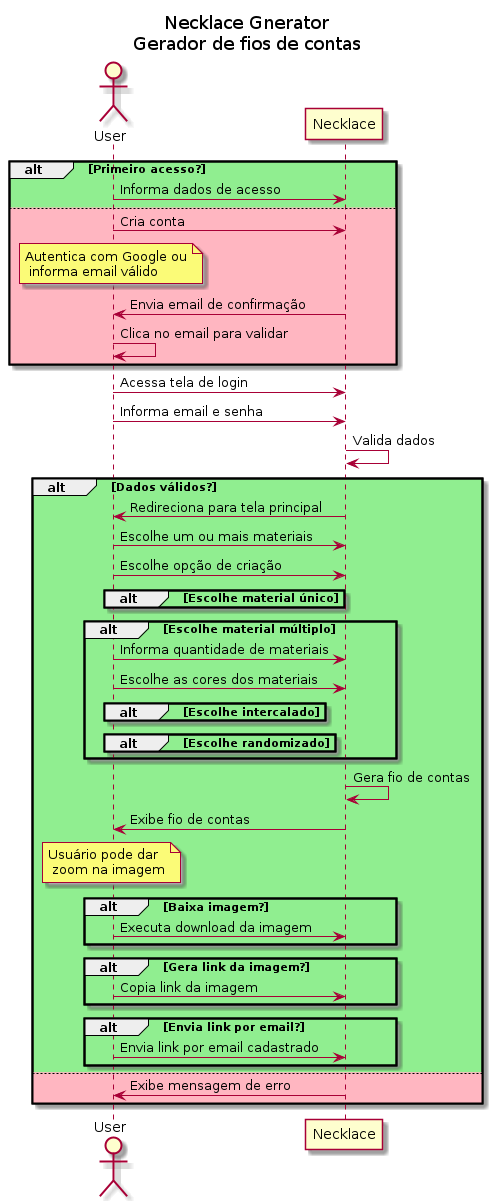
This is __docs__/fluxogram.png from TecnoSigma/vo-maria, a PlantUML export, as it was before one commit. Source of this version:
```plantuml
@startuml
title "Necklace Gnerator\nGerador de fios de contas"
        actor User
        participant Necklace

        alt #lightgreen Primeiro acesso?
                User -> Necklace : Informa dados de acesso
        else #lightpink
                User -> Necklace : Cria conta
                note over User : Autentica com Google ou\n informa email válido

                Necklace -> User : Envia email de confirmação
                User -> User : Clica no email para validar
        end

        User -> Necklace : Acessa tela de login
        User -> Necklace : Informa email e senha
        Necklace -> Necklace : Valida dados

        alt #lightgreen Dados válidos?
                Necklace -> User : Redireciona para tela principal
                User -> Necklace : Escolhe um ou mais materiais
                User -> Necklace : Escolhe opção de criação

                alt #lightgreen Escolhe material único
                end

                alt #lightgreen Escolhe material múltiplo
                        User -> Necklace : Informa quantidade de materiais
                        User -> Necklace : Escolhe as cores dos materiais

                        alt #lightgreen Escolhe intercalado
                        end

                        alt #lightgreen Escolhe randomizado
                        end
                end

                Necklace -> Necklace : Gera fio de contas
                Necklace -> User : Exibe fio de contas
                note over User : Usuário pode dar\n zoom na imagem

                alt #lightgreen Baixa imagem?
                        User -> Necklace : Executa download da imagem
                end

                alt #lightgreen Gera link da imagem?
                        User -> Necklace : Copia link da imagem
                end

                alt #lightgreen Envia link por email?
                        User -> Necklace : Envia link por email cadastrado
                end

        else #lightpink
                Necklace -> User : Exibe mensagem de erro
        end
@enduml
```
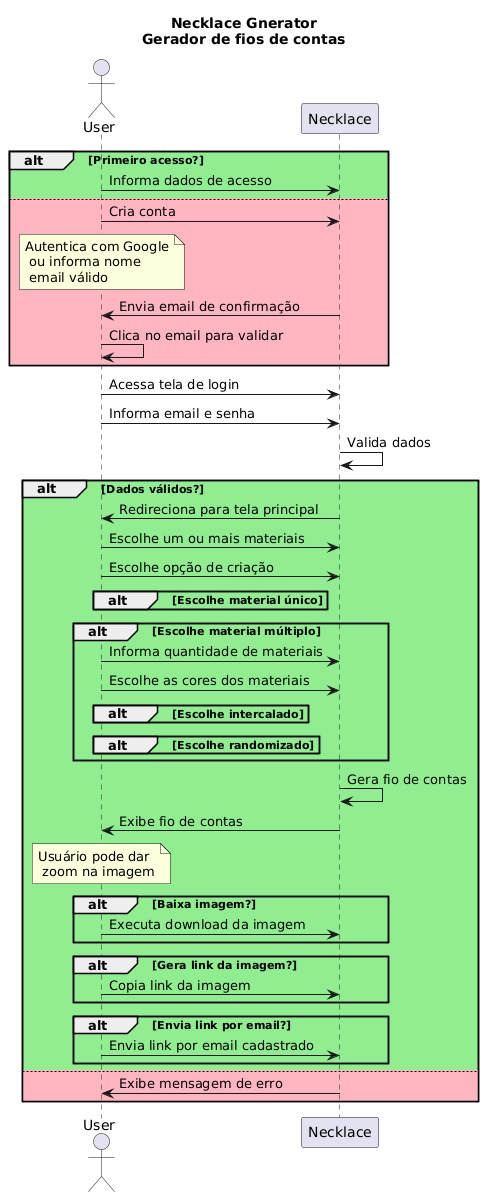
After the change.

Diff of the diagram source:
```diff
@@ -7,7 +7,7 @@
                 User -> Necklace : Informa dados de acesso
         else #lightpink
                 User -> Necklace : Cria conta
-                note over User : Autentica com Google ou\n informa email válido
+                note over User : Autentica com Google\n ou informa nome\n email válido
 
                 Necklace -> User : Envia email de confirmação
                 User -> User : Clica no email para validar
```
